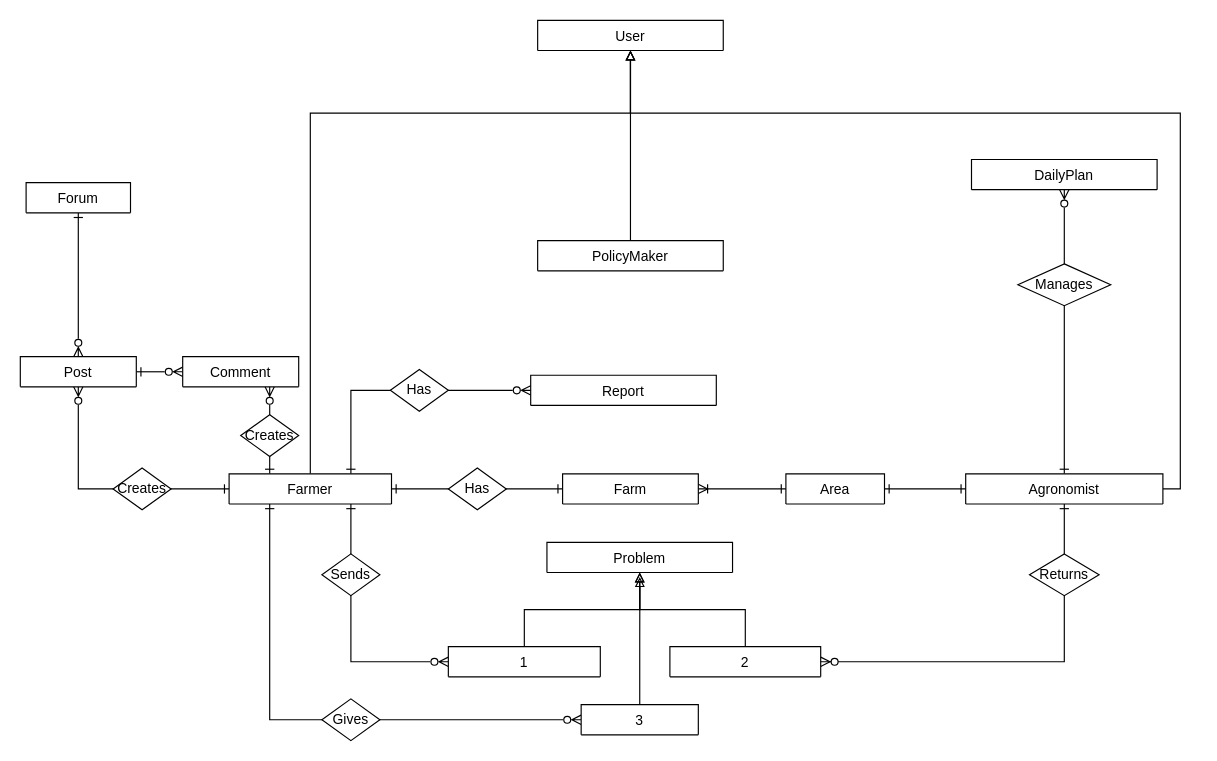
The draw.io diagram DD/UML/Entity Relationship.drawio in ictar/DREAM-SE2-Project-2022, before the edit. Source tidied: cells renumbered, new cells numbered last; positions are measured from the earlier drawing's top-left corner, leaving out a move shared by most shapes. Both pictures are drawn from the tidied source at 116%, with x=0, y=0 at pixel (20, 20).
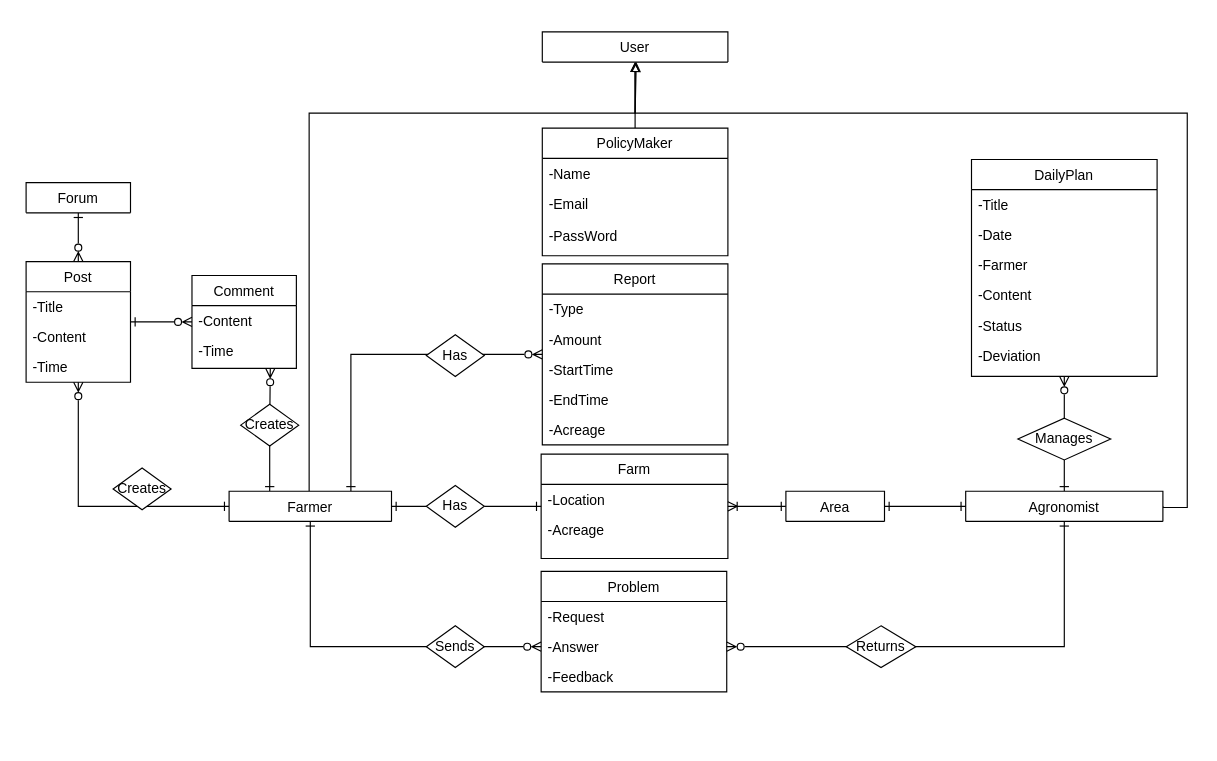
Above is the later version.

Diff of the diagram source:
```diff
@@
-    <mxCell id="2" value="Report" style="swimlane;fontStyle=0;align=center;verticalAlign=top;horizontal=1;startSize=26;rounded=0;shadow=0;strokeWidth=1;" parent="1" vertex="1" collapsed="1">
-      <mxGeometry x="440" y="306" width="160" height="26" as="geometry" />
+    <mxCell id="2" value="Report" style="swimlane;fontStyle=0;align=center;verticalAlign=top;horizontal=1;startSize=26;rounded=0;shadow=0;strokeWidth=1;" parent="1" vertex="1">
+      <mxGeometry x="450" y="210" width="160" height="156" as="geometry" />
     </mxCell>
-    <mxCell id="3" style="edgeStyle=orthogonalEdgeStyle;rounded=0;jettySize=auto;html=1;exitX=0.5;exitY=0;exitDx=0;exitDy=0;entryX=0.5;entryY=1;entryDx=0;entryDy=0;startArrow=none;startFill=0;endArrow=block;endFill=0;" parent="1" edge="1" source="9" target="21">
-      <mxGeometry relative="1" as="geometry">
-        <Array as="points">
-          <mxPoint x="250" y="80" />
-          <mxPoint x="526" y="80" />
-        </Array>
-      </mxGeometry>
-    </mxCell>
+    <mxCell id="43" value="-Type" style="text;align=left;verticalAlign=top;spacingLeft=4;spacingRight=4;overflow=hidden;" parent="2" vertex="1">
+      <mxGeometry y="26" width="160" height="26" as="geometry" />
+    </mxCell>
+    <mxCell id="44" value="-Amount" style="text;align=left;verticalAlign=top;spacingLeft=4;spacingRight=4;overflow=hidden;" parent="2" vertex="1">
+      <mxGeometry y="52" width="160" height="26" as="geometry" />
+    </mxCell>
+    <mxCell id="45" value="-StartTime" style="text;align=left;verticalAlign=top;spacingLeft=4;spacingRight=4;overflow=hidden;" parent="2" vertex="1">
+      <mxGeometry y="78" width="160" height="26" as="geometry" />
+    </mxCell>
+    <mxCell id="46" value="-EndTime" style="text;align=left;verticalAlign=top;spacingLeft=4;spacingRight=4;overflow=hidden;" parent="2" vertex="1">
+      <mxGeometry y="104" width="160" height="26" as="geometry" />
+    </mxCell>
+    <mxCell id="47" value="-Acreage" style="text;align=left;verticalAlign=top;spacingLeft=4;spacingRight=4;overflow=hidden;" parent="2" vertex="1">
+      <mxGeometry y="130" width="160" height="26" as="geometry" />
+    </mxCell>
-    <mxCell id="4" style="edgeStyle=orthogonalEdgeStyle;rounded=0;jettySize=auto;html=1;exitX=1;exitY=0.5;exitDx=0;exitDy=0;entryX=0;entryY=0.5;entryDx=0;entryDy=0;startArrow=ERone;startFill=0;endArrow=ERone;endFill=0;" parent="1" edge="1" source="9" target="16">
+    <mxCell id="4" style="edgeStyle=orthogonalEdgeStyle;rounded=0;jettySize=auto;html=1;exitX=1;exitY=0.5;exitDx=0;exitDy=0;entryX=0;entryY=0.5;entryDx=0;entryDy=0;startArrow=none;startFill=0;endArrow=ERone;endFill=0;" parent="1" edge="1" source="33" target="16">
       <mxGeometry relative="1" as="geometry" />
     </mxCell>
@@
-    <mxCell id="8" style="edgeStyle=orthogonalEdgeStyle;rounded=0;jettySize=auto;html=1;exitX=0.25;exitY=1;exitDx=0;exitDy=0;entryX=0;entryY=0.5;entryDx=0;entryDy=0;startArrow=ERone;startFill=0;endArrow=ERzeroToMany;endFill=0;" parent="1" edge="1" source="9" target="40">
-      <mxGeometry relative="1" as="geometry" />
-    </mxCell>
+    <mxCell id="48" style="edgeStyle=orthogonalEdgeStyle;rounded=0;jettySize=auto;html=1;entryX=0;entryY=0.5;entryDx=0;entryDy=0;exitX=0.5;exitY=1;exitDx=0;exitDy=0;endArrow=ERzeroToMany;endFill=0;startArrow=ERone;startFill=0;" parent="1" edge="1" source="9" target="59">
+      <mxGeometry relative="1" as="geometry" />
+    </mxCell>
+    <mxCell id="49" style="edgeStyle=orthogonalEdgeStyle;rounded=0;orthogonalLoop=1;jettySize=auto;html=1;exitX=0.5;exitY=0;exitDx=0;exitDy=0;entryX=0.5;entryY=1;entryDx=0;entryDy=0;startArrow=none;startFill=0;endArrow=block;endFill=0;" parent="1" edge="1">
+      <mxGeometry relative="1" as="geometry">
+        <mxPoint x="249" y="406" as="sourcePoint" />
+        <mxPoint x="530" y="36" as="targetPoint" />
+        <Array as="points">
+          <mxPoint x="249" y="80" />
+          <mxPoint x="530" y="80" />
+        </Array>
+      </mxGeometry>
+    </mxCell>
     <mxCell id="9" value="Farmer" style="swimlane;fontStyle=0;align=center;verticalAlign=top;horizontal=1;startSize=26;rounded=0;shadow=0;strokeWidth=1;" parent="1" vertex="1" collapsed="1">
-      <mxGeometry x="180" y="391" width="140" height="26" as="geometry" />
+      <mxGeometry x="180" y="406" width="140" height="26" as="geometry" />
     </mxCell>
-    <mxCell id="10" style="edgeStyle=orthogonalEdgeStyle;rounded=0;jettySize=auto;html=1;exitX=1;exitY=0.5;exitDx=0;exitDy=0;entryX=0.5;entryY=1;entryDx=0;entryDy=0;startArrow=none;startFill=0;endArrow=block;endFill=0;" parent="1" edge="1" source="12" target="21">
-      <mxGeometry relative="1" as="geometry">
-        <Array as="points">
-          <mxPoint x="1000" y="404" />
-          <mxPoint x="1000" y="80" />
-          <mxPoint x="526" y="80" />
-        </Array>
-      </mxGeometry>
-    </mxCell>
@@
+    <mxCell id="50" style="edgeStyle=orthogonalEdgeStyle;rounded=0;jettySize=auto;html=1;exitX=1;exitY=0.5;exitDx=0;exitDy=0;entryX=0.5;entryY=1;entryDx=0;entryDy=0;startArrow=none;startFill=0;endArrow=block;endFill=0;" parent="1" edge="1" source="12">
+      <mxGeometry relative="1" as="geometry">
+        <mxPoint x="531" y="36" as="targetPoint" />
+        <Array as="points">
+          <mxPoint x="985" y="420" />
+          <mxPoint x="1006" y="420" />
+          <mxPoint x="1006" y="80" />
+          <mxPoint x="530" y="80" />
+          <mxPoint x="530" y="36" />
+        </Array>
+      </mxGeometry>
+    </mxCell>
+    <mxCell id="51" style="edgeStyle=orthogonalEdgeStyle;rounded=0;jettySize=auto;html=1;exitX=0.5;exitY=1;exitDx=0;exitDy=0;entryX=1;entryY=0.5;entryDx=0;entryDy=0;startArrow=ERone;startFill=0;endArrow=ERzeroToMany;endFill=0;" parent="1" edge="1" source="12" target="59">
+      <mxGeometry relative="1" as="geometry" />
+    </mxCell>
     <mxCell id="12" value="Agronomist" style="swimlane;fontStyle=0;align=center;verticalAlign=top;horizontal=1;startSize=26;rounded=0;shadow=0;strokeWidth=1;" parent="1" vertex="1" collapsed="1">
-      <mxGeometry x="815" y="391" width="170" height="26" as="geometry" />
+      <mxGeometry x="815" y="406" width="170" height="26" as="geometry" />
     </mxCell>
-    <mxCell id="13" style="edgeStyle=orthogonalEdgeStyle;rounded=0;jettySize=auto;html=1;exitX=0.5;exitY=0;exitDx=0;exitDy=0;entryX=0.5;entryY=1;entryDx=0;entryDy=0;fontSize=7;endArrow=block;endFill=0;" parent="1" edge="1" source="14" target="21">
+    <mxCell id="13" style="edgeStyle=orthogonalEdgeStyle;rounded=0;jettySize=auto;html=1;exitX=0.5;exitY=0;exitDx=0;exitDy=0;entryX=0.5;entryY=1;entryDx=0;entryDy=0;startArrow=none;startFill=0;endArrow=block;endFill=0;" parent="1" edge="1" source="14" target="21">
       <mxGeometry relative="1" as="geometry" />
     </mxCell>
-    <mxCell id="14" value="PolicyMaker" style="swimlane;fontStyle=0;align=center;verticalAlign=top;horizontal=1;startSize=26;rounded=0;shadow=0;strokeWidth=1;" parent="1" vertex="1" collapsed="1">
-      <mxGeometry x="446" y="190" width="160" height="26" as="geometry" />
+    <mxCell id="14" value="PolicyMaker" style="swimlane;fontStyle=0;align=center;verticalAlign=top;horizontal=1;startSize=26;rounded=0;shadow=0;strokeWidth=1;" parent="1" vertex="1">
+      <mxGeometry x="450" y="93" width="160" height="110" as="geometry" />
     </mxCell>
+    <mxCell id="52" value="-Name" style="text;align=left;verticalAlign=top;spacingLeft=4;spacingRight=4;overflow=hidden;" parent="14" vertex="1">
+      <mxGeometry y="26" width="160" height="26" as="geometry" />
+    </mxCell>
+    <mxCell id="53" value="-Email" style="text;align=left;verticalAlign=top;spacingLeft=4;spacingRight=4;overflow=hidden;" parent="14" vertex="1">
+      <mxGeometry y="52" width="160" height="28" as="geometry" />
+    </mxCell>
+    <mxCell id="54" value="-PassWord" style="text;align=left;verticalAlign=top;spacingLeft=4;spacingRight=4;overflow=hidden;" parent="14" vertex="1">
+      <mxGeometry y="80" width="160" height="28" as="geometry" />
+    </mxCell>
@@
-    <mxCell id="16" value="Farm" style="swimlane;fontStyle=0;align=center;verticalAlign=top;horizontal=1;startSize=26;rounded=0;shadow=0;strokeWidth=1;" parent="1" vertex="1" collapsed="1">
-      <mxGeometry x="467.5" y="391" width="117" height="26" as="geometry" />
+    <mxCell id="16" value="Farm" style="swimlane;fontStyle=0;align=center;verticalAlign=top;horizontal=1;startSize=26;rounded=0;shadow=0;strokeWidth=1;" parent="1" vertex="1">
+      <mxGeometry x="449" y="374" width="161" height="90" as="geometry" />
     </mxCell>
+    <mxCell id="55" value="-Location" style="text;align=left;verticalAlign=top;spacingLeft=4;spacingRight=4;overflow=hidden;rounded=0;shadow=0;html=0;" parent="16" vertex="1">
+      <mxGeometry y="26" width="161" height="26" as="geometry" />
+    </mxCell>
+    <mxCell id="56" value="-Acreage" style="text;align=left;verticalAlign=top;spacingLeft=4;spacingRight=4;overflow=hidden;" parent="16" vertex="1">
+      <mxGeometry y="52" width="161" height="26" as="geometry" />
+    </mxCell>
+    <mxCell id="57" style="edgeStyle=orthogonalEdgeStyle;rounded=0;orthogonalLoop=1;jettySize=auto;html=1;exitX=1;exitY=0.5;exitDx=0;exitDy=0;entryX=1;entryY=0.5;entryDx=0;entryDy=0;endArrow=none;endFill=0;" parent="16" edge="1">
+      <mxGeometry relative="1" as="geometry">
+        <mxPoint x="160" y="143" as="sourcePoint" />
+        <mxPoint x="160" y="143" as="targetPoint" />
+      </mxGeometry>
+    </mxCell>
-    <mxCell id="17" value="Problem" style="swimlane;fontStyle=0;align=center;verticalAlign=top;horizontal=1;startSize=26;rounded=0;shadow=0;strokeWidth=1;" parent="1" vertex="1" collapsed="1">
-      <mxGeometry x="454" y="450" width="160" height="26" as="geometry" />
+    <mxCell id="17" value="Problem" style="swimlane;fontStyle=0;align=center;verticalAlign=top;horizontal=1;startSize=26;rounded=0;shadow=0;strokeWidth=1;" parent="1" vertex="1">
+      <mxGeometry x="449" y="475" width="160" height="104" as="geometry" />
     </mxCell>
+    <mxCell id="58" value="-Request" style="text;align=left;verticalAlign=top;spacingLeft=4;spacingRight=4;overflow=hidden;" parent="17" vertex="1">
+      <mxGeometry y="26" width="160" height="26" as="geometry" />
+    </mxCell>
+    <mxCell id="59" value="-Answer" style="text;align=left;verticalAlign=top;spacingLeft=4;spacingRight=4;overflow=hidden;points=[[0,0.5],[1,0.5]];portConstraint=eastwest;rounded=0;shadow=0;html=0;" parent="17" vertex="1">
+      <mxGeometry y="52" width="160" height="26" as="geometry" />
+    </mxCell>
+    <mxCell id="60" value="-Feedback" style="text;align=left;verticalAlign=top;spacingLeft=4;spacingRight=4;overflow=hidden;rounded=0;shadow=0;html=0;" parent="17" vertex="1">
+      <mxGeometry y="78" width="160" height="26" as="geometry" />
+    </mxCell>
@@
-    <mxCell id="20" value="DailyPlan" style="swimlane;fontStyle=0;align=center;verticalAlign=top;horizontal=1;startSize=26;rounded=0;shadow=0;strokeWidth=1;" parent="1" vertex="1" collapsed="1">
-      <mxGeometry x="820" y="120" width="160" height="26" as="geometry" />
+    <mxCell id="20" value="DailyPlan" style="swimlane;fontStyle=0;align=center;verticalAlign=top;horizontal=1;startSize=26;rounded=0;shadow=0;strokeWidth=1;" parent="1" vertex="1">
+      <mxGeometry x="820" y="120" width="160" height="187" as="geometry" />
     </mxCell>
+    <mxCell id="61" value="-Title" style="text;align=left;verticalAlign=top;spacingLeft=4;spacingRight=4;overflow=hidden;rounded=0;shadow=0;html=0;" parent="20" vertex="1">
+      <mxGeometry y="26" width="160" height="26" as="geometry" />
+    </mxCell>
+    <mxCell id="62" value="-Date" style="text;align=left;verticalAlign=top;spacingLeft=4;spacingRight=4;overflow=hidden;rounded=0;shadow=0;html=0;" parent="20" vertex="1">
+      <mxGeometry y="52" width="160" height="26" as="geometry" />
+    </mxCell>
+    <mxCell id="63" value="-Farmer" style="text;align=left;verticalAlign=top;spacingLeft=4;spacingRight=4;overflow=hidden;rounded=0;shadow=0;html=0;" parent="20" vertex="1">
+      <mxGeometry y="78" width="160" height="26" as="geometry" />
+    </mxCell>
+    <mxCell id="64" value="-Content" style="text;align=left;verticalAlign=top;spacingLeft=4;spacingRight=4;overflow=hidden;rounded=0;shadow=0;html=0;" parent="20" vertex="1">
+      <mxGeometry y="104" width="160" height="26" as="geometry" />
+    </mxCell>
+    <mxCell id="65" value="-Status" style="text;align=left;verticalAlign=top;spacingLeft=4;spacingRight=4;overflow=hidden;" parent="20" vertex="1">
+      <mxGeometry y="130" width="160" height="26" as="geometry" />
+    </mxCell>
+    <mxCell id="66" value="-Deviation" style="text;align=left;verticalAlign=top;spacingLeft=4;spacingRight=4;overflow=hidden;rounded=0;shadow=0;html=0;" parent="20" vertex="1">
+      <mxGeometry y="156" width="160" height="26" as="geometry" />
+    </mxCell>
     <mxCell id="21" value="User" style="swimlane;fontStyle=0;align=center;verticalAlign=top;horizontal=1;startSize=26;rounded=0;shadow=0;strokeWidth=1;" parent="1" vertex="1" collapsed="1">
-      <mxGeometry x="446" width="160" height="26" as="geometry" />
+      <mxGeometry x="450" y="10" width="160" height="26" as="geometry" />
     </mxCell>
@@
-    <mxCell id="23" value="Post" style="swimlane;fontStyle=0;align=center;verticalAlign=top;horizontal=1;startSize=26;rounded=0;shadow=0;strokeWidth=1;" parent="1" vertex="1" collapsed="1">
-      <mxGeometry y="290" width="100" height="26" as="geometry" />
+    <mxCell id="23" value="Post" style="swimlane;fontStyle=0;align=center;verticalAlign=top;horizontal=1;startSize=26;rounded=0;shadow=0;strokeWidth=1;" parent="1" vertex="1">
+      <mxGeometry x="5" y="208" width="90" height="104" as="geometry" />
     </mxCell>
+    <mxCell id="67" value="-Title" style="text;align=left;verticalAlign=top;spacingLeft=4;spacingRight=4;overflow=hidden;" parent="23" vertex="1">
+      <mxGeometry y="26" width="90" height="26" as="geometry" />
+    </mxCell>
+    <mxCell id="68" value="-Content" style="text;align=left;verticalAlign=top;spacingLeft=4;spacingRight=4;overflow=hidden;" parent="23" vertex="1">
+      <mxGeometry y="52" width="90" height="26" as="geometry" />
+    </mxCell>
+    <mxCell id="69" value="-Time" style="text;align=left;verticalAlign=top;spacingLeft=4;spacingRight=4;overflow=hidden;" parent="23" vertex="1">
+      <mxGeometry y="78" width="90" height="26" as="geometry" />
+    </mxCell>
-    <mxCell id="24" value="Comment" style="swimlane;fontStyle=0;align=center;verticalAlign=top;horizontal=1;startSize=26;rounded=0;shadow=0;strokeWidth=1;" parent="1" vertex="1" collapsed="1">
-      <mxGeometry x="140" y="290" width="100" height="26" as="geometry" />
+    <mxCell id="24" value="Comment" style="swimlane;fontStyle=0;align=center;verticalAlign=top;horizontal=1;startSize=26;rounded=0;shadow=0;strokeWidth=1;" parent="1" vertex="1">
+      <mxGeometry x="148" y="220" width="90" height="80" as="geometry" />
     </mxCell>
+    <mxCell id="70" value="-Content" style="text;align=left;verticalAlign=top;spacingLeft=4;spacingRight=4;overflow=hidden;" parent="24" vertex="1">
+      <mxGeometry y="26" width="90" height="26" as="geometry" />
+    </mxCell>
+    <mxCell id="71" value="-Time" style="text;align=left;verticalAlign=top;spacingLeft=4;spacingRight=4;overflow=hidden;" parent="24" vertex="1">
+      <mxGeometry y="52" width="90" height="26" as="geometry" />
+    </mxCell>
@@
     <mxCell id="26" value="Area" style="swimlane;fontStyle=0;align=center;verticalAlign=top;horizontal=1;startSize=26;rounded=0;shadow=0;strokeWidth=1;" parent="1" vertex="1" collapsed="1">
-      <mxGeometry x="660" y="391" width="85" height="26" as="geometry" />
+      <mxGeometry x="660" y="406" width="85" height="26" as="geometry" />
     </mxCell>
-    <mxCell id="27" style="edgeStyle=orthogonalEdgeStyle;rounded=0;jettySize=auto;html=1;entryX=0.5;entryY=1;entryDx=0;entryDy=0;startArrow=none;startFill=0;endArrow=block;endFill=0;" parent="1" edge="1" source="28" target="17">
-      <mxGeometry relative="1" as="geometry" />
-    </mxCell>
-    <mxCell id="28" value="2" style="swimlane;fontStyle=0;align=center;verticalAlign=top;horizontal=1;startSize=26;rounded=0;shadow=0;strokeWidth=1;" parent="1" vertex="1" collapsed="1">
-      <mxGeometry x="560" y="540" width="130" height="26" as="geometry" />
-    </mxCell>
-    <mxCell id="29" style="fontSize=12;html=1;endArrow=ERzeroToMany;startArrow=ERone;rounded=0;exitX=0.5;exitY=1;exitDx=0;exitDy=0;entryX=1;entryY=0.5;entryDx=0;entryDy=0;edgeStyle=orthogonalEdgeStyle;startFill=0;" parent="1" edge="1" source="12" target="28">
-      <mxGeometry relative="1" as="geometry" />
-    </mxCell>
-    <mxCell id="30" style="edgeStyle=orthogonalEdgeStyle;rounded=0;jettySize=auto;html=1;exitX=0;exitY=0.5;exitDx=0;exitDy=0;startArrow=ERzeroToMany;startFill=0;endArrow=ERone;endFill=0;entryX=0.75;entryY=1;entryDx=0;entryDy=0;" parent="1" edge="1" source="32" target="9">
-      <mxGeometry relative="1" as="geometry" />
-    </mxCell>
-    <mxCell id="31" style="edgeStyle=orthogonalEdgeStyle;rounded=0;jettySize=auto;html=1;exitX=0.5;exitY=0;exitDx=0;exitDy=0;entryX=0.5;entryY=1;entryDx=0;entryDy=0;startArrow=none;startFill=0;endArrow=block;endFill=0;" parent="1" edge="1" source="32" target="17">
-      <mxGeometry relative="1" as="geometry" />
-    </mxCell>
-    <mxCell id="32" value="1" style="swimlane;fontStyle=0;align=center;verticalAlign=top;horizontal=1;startSize=26;rounded=0;shadow=0;strokeWidth=1;" parent="1" vertex="1" collapsed="1">
-      <mxGeometry x="369" y="540" width="131" height="26" as="geometry" />
-    </mxCell>
-    <mxCell id="33" value="Has" style="shape=rhombus;perimeter=rhombusPerimeter;whiteSpace=wrap;html=1;align=center;" parent="1" vertex="1">
-      <mxGeometry x="369" y="386" width="50" height="36" as="geometry" />
-    </mxCell>
@@
     <mxCell id="35" value="Creates" style="shape=rhombus;perimeter=rhombusPerimeter;whiteSpace=wrap;html=1;align=center;" parent="1" vertex="1">
-      <mxGeometry x="190" y="340" width="50" height="36" as="geometry" />
+      <mxGeometry x="190" y="331" width="50" height="36" as="geometry" />
     </mxCell>
     <mxCell id="36" value="Has" style="shape=rhombus;perimeter=rhombusPerimeter;whiteSpace=wrap;html=1;align=center;" parent="1" vertex="1">
-      <mxGeometry x="319" y="301" width="50" height="36" as="geometry" />
+      <mxGeometry x="350" y="271" width="50" height="36" as="geometry" />
     </mxCell>
     <mxCell id="37" value="Manages" style="shape=rhombus;perimeter=rhombusPerimeter;whiteSpace=wrap;html=1;align=center;" parent="1" vertex="1">
-      <mxGeometry x="860" y="210" width="80" height="36" as="geometry" />
+      <mxGeometry x="860" y="343" width="80" height="36" as="geometry" />
     </mxCell>
     <mxCell id="38" value="Sends" style="shape=rhombus;perimeter=rhombusPerimeter;whiteSpace=wrap;html=1;align=center;" parent="1" vertex="1">
-      <mxGeometry x="260" y="460" width="50" height="36" as="geometry" />
+      <mxGeometry x="350" y="522" width="50" height="36" as="geometry" />
     </mxCell>
-    <mxCell id="39" style="edgeStyle=orthogonalEdgeStyle;rounded=0;jettySize=auto;html=1;exitX=0.5;exitY=0;exitDx=0;exitDy=0;startArrow=none;startFill=0;endArrow=block;endFill=0;" parent="1" edge="1" source="40">
-      <mxGeometry relative="1" as="geometry">
-        <mxPoint x="534.1" y="480" as="targetPoint" />
-      </mxGeometry>
-    </mxCell>
-    <mxCell id="40" value="3" style="swimlane;fontStyle=0;align=center;verticalAlign=top;horizontal=1;startSize=26;rounded=0;shadow=0;strokeWidth=1;" parent="1" vertex="1" collapsed="1">
-      <mxGeometry x="483.5" y="590" width="101" height="26" as="geometry" />
-    </mxCell>
-    <mxCell id="41" value="Gives" style="shape=rhombus;perimeter=rhombusPerimeter;whiteSpace=wrap;html=1;align=center;" parent="1" vertex="1">
-      <mxGeometry x="260" y="585" width="50" height="36" as="geometry" />
-    </mxCell>
     <mxCell id="42" value="Returns" style="shape=rhombus;perimeter=rhombusPerimeter;whiteSpace=wrap;html=1;align=center;" parent="1" vertex="1">
-      <mxGeometry x="870" y="460" width="60" height="36" as="geometry" />
+      <mxGeometry x="712" y="522" width="60" height="36" as="geometry" />
     </mxCell>
+    <mxCell id="33" value="Has" style="shape=rhombus;perimeter=rhombusPerimeter;whiteSpace=wrap;html=1;align=center;" parent="1" vertex="1">
+      <mxGeometry x="350" y="401" width="50" height="36" as="geometry" />
+    </mxCell>
+    <mxCell id="72" style="edgeStyle=orthogonalEdgeStyle;rounded=0;jettySize=auto;html=1;exitX=1;exitY=0.5;exitDx=0;exitDy=0;entryX=0;entryY=0.5;entryDx=0;entryDy=0;startArrow=ERone;startFill=0;endArrow=none;endFill=0;" parent="1" edge="1" source="9" target="33">
+      <mxGeometry relative="1" as="geometry" />
+    </mxCell>
```
